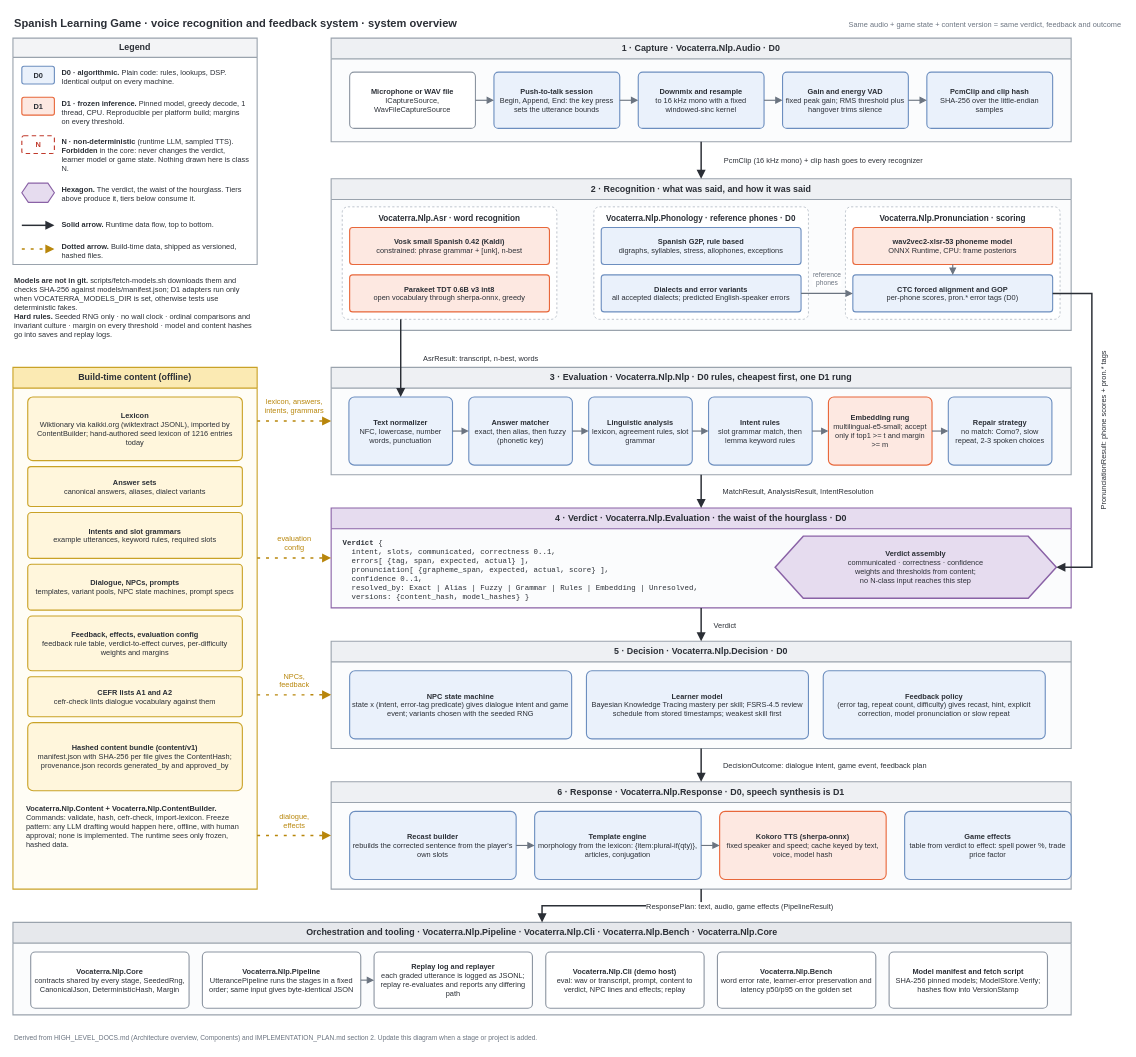
The draw.io diagram nlp/docs/diagrams/system-overview.drawio in james-d12/Vocaterra, before the edit. Source tidied: cells renumbered, new cells numbered last; positions are measured from the earlier drawing's top-left corner, leaving out a move shared by most shapes. Both pictures are drawn from the tidied source at 74%, with x=0, y=0 at pixel (13, 13).
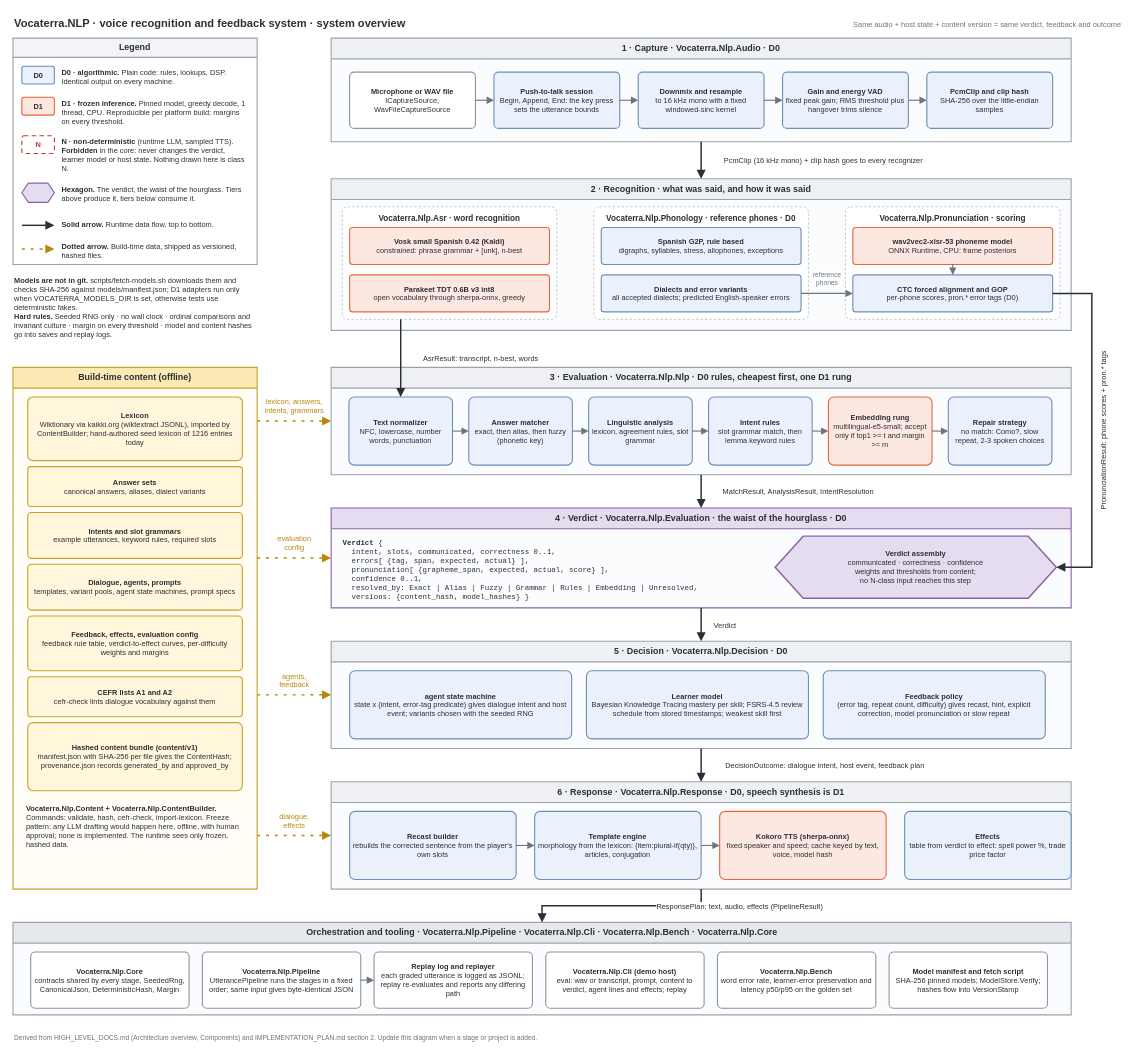
After the change.

Unchanged cells that the change refers to:
```xml
<mxCell id="4" value="&lt;b&gt;Legend&lt;/b&gt;" style="swimlane;startSize=26;whiteSpace=wrap;html=1;fontFamily=Helvetica;fontSize=12;fontStyle=1;fontColor=#2b2f36;fillColor=#f3f4f6;strokeColor=#9aa3ad;swimlaneFillColor=#ffffff;strokeWidth=1.5;" parent="1" vertex="1">
  <mxGeometry y="34" width="330" height="306" as="geometry" />
</mxCell>
<mxCell id="42" value="5 · Decision · Vocaterra.Nlp.Decision · D0" style="swimlane;startSize=28;whiteSpace=wrap;html=1;fontFamily=Helvetica;fontSize=12;fontStyle=1;fontColor=#2b2f36;fillColor=#eef0f3;strokeColor=#9aa3ad;swimlaneFillColor=#fbfcfd;strokeWidth=1.5;rounded=0;" parent="1" vertex="1">
  <mxGeometry x="430" y="849" width="1000" height="145" as="geometry" />
</mxCell>
<mxCell id="46" value="6 · Response · Vocaterra.Nlp.Response · D0, speech synthesis is D1" style="swimlane;startSize=28;whiteSpace=wrap;html=1;fontFamily=Helvetica;fontSize=12;fontStyle=1;fontColor=#2b2f36;fillColor=#eef0f3;strokeColor=#9aa3ad;swimlaneFillColor=#fbfcfd;strokeWidth=1.5;rounded=0;" parent="1" vertex="1">
  <mxGeometry x="430" y="1039" width="1000" height="145" as="geometry" />
</mxCell>
<mxCell id="51" value="Orchestration and tooling · Vocaterra.Nlp.Pipeline · Vocaterra.Nlp.Cli · Vocaterra.Nlp.Bench · Vocaterra.Nlp.Core" style="swimlane;startSize=28;whiteSpace=wrap;html=1;fontFamily=Helvetica;fontSize=12;fontStyle=1;fontColor=#2b2f36;fillColor=#e6e8ec;strokeColor=#9aa3ad;swimlaneFillColor=#fbfcfd;strokeWidth=1.5;rounded=0;" parent="1" vertex="1">
  <mxGeometry y="1229" width="1430" height="125" as="geometry" />
</mxCell>
<mxCell id="58" value="Build-time content (offline)" style="swimlane;startSize=28;whiteSpace=wrap;html=1;fontFamily=Helvetica;fontSize=12;fontStyle=1;fontColor=#2b2f36;fillColor=#fbeab3;strokeColor=#c9a227;swimlaneFillColor=#fffdf5;strokeWidth=1.5;" parent="1" vertex="1">
  <mxGeometry y="479" width="330" height="705" as="geometry" />
</mxCell>
```

The edit, as a diff of the source:
```diff
@@
-    <mxCell id="2" value="&lt;b&gt;Spanish Learning Game · voice recognition and feedback system · system overview&lt;/b&gt;" style="text;html=1;whiteSpace=wrap;fontFamily=Helvetica;fontSize=15;fontColor=#2b2f36;align=left;verticalAlign=middle;spacing=2;" parent="1" vertex="1">
+    <mxCell id="2" value="&lt;b&gt;Vocaterra.NLP · voice recognition and feedback system · system overview&lt;/b&gt;" style="text;html=1;whiteSpace=wrap;fontFamily=Helvetica;fontSize=15;fontColor=#2b2f36;align=left;verticalAlign=middle;spacing=2;" parent="1" vertex="1">
       <mxGeometry width="1100" height="26" as="geometry" />
     </mxCell>
-    <mxCell id="3" value="Same audio + game state + content version = same verdict, feedback and outcome" style="text;html=1;whiteSpace=wrap;fontFamily=Helvetica;fontSize=10;fontColor=#6b7480;align=right;verticalAlign=middle;spacing=2;" parent="1" vertex="1">
+    <mxCell id="3" value="Same audio + host state + content version = same verdict, feedback and outcome" style="text;html=1;whiteSpace=wrap;fontFamily=Helvetica;fontSize=10;fontColor=#6b7480;align=right;verticalAlign=middle;spacing=2;" parent="1" vertex="1">
       <mxGeometry x="970" y="4" width="530" height="22" as="geometry" />
     </mxCell>
@@
-    <mxCell id="10" value="&lt;b&gt;N · non-deterministic&lt;/b&gt; (runtime LLM, sampled TTS). &lt;b&gt;Forbidden&lt;/b&gt; in the core: never changes the verdict, learner model or game state. Nothing drawn here is class N." style="text;html=1;whiteSpace=wrap;fontFamily=Helvetica;fontSize=10;fontColor=#2b2f36;align=left;verticalAlign=top;spacing=2;" parent="4" vertex="1">
+    <mxCell id="10" value="&lt;b&gt;N · non-deterministic&lt;/b&gt; (runtime LLM, sampled TTS). &lt;b&gt;Forbidden&lt;/b&gt; in the core: never changes the verdict, learner model or host state. Nothing drawn here is class N." style="text;html=1;whiteSpace=wrap;fontFamily=Helvetica;fontSize=10;fontColor=#2b2f36;align=left;verticalAlign=top;spacing=2;" parent="4" vertex="1">
       <mxGeometry x="64" y="128" width="256" height="56" as="geometry" />
     </mxCell>
@@
-    <mxCell id="43" value="&lt;b&gt;NPC state machine&lt;/b&gt;&lt;br&gt;state x (intent, error-tag predicate) gives dialogue intent and game event; variants chosen with the seeded RNG" style="rounded=1;arcSize=8;whiteSpace=wrap;html=1;fontFamily=Helvetica;fontSize=10;fontColor=#2b2f36;fillColor=#eaf1fb;strokeColor=#6c8ebf;strokeWidth=1.5;align=center;verticalAlign=middle;spacing=4;" parent="42" vertex="1">
-      <mxGeometry x="25" y="40" width="300" height="92" as="geometry" />
-    </mxCell>
+    <mxCell id="96" value="&lt;b&gt;agent state machine&lt;/b&gt;&lt;br&gt;state x (intent, error-tag predicate) gives dialogue intent and host event; variants chosen with the seeded RNG" style="rounded=1;arcSize=8;whiteSpace=wrap;html=1;fontFamily=Helvetica;fontSize=10;fontColor=#2b2f36;fillColor=#eaf1fb;strokeColor=#6c8ebf;strokeWidth=1.5;align=center;verticalAlign=middle;spacing=4;" parent="42" vertex="1">
+      <mxGeometry x="25" y="40" width="300" height="92" as="geometry" />
+    </mxCell>
@@
-    <mxCell id="50" value="&lt;b&gt;Game effects&lt;/b&gt;&lt;br&gt;table from verdict to effect: spell power %, trade price factor" style="rounded=1;arcSize=8;whiteSpace=wrap;html=1;fontFamily=Helvetica;fontSize=10;fontColor=#2b2f36;fillColor=#eaf1fb;strokeColor=#6c8ebf;strokeWidth=1.5;align=center;verticalAlign=middle;spacing=4;" parent="46" vertex="1">
+    <mxCell id="50" value="&lt;b&gt;Effects&lt;/b&gt;&lt;br&gt;table from verdict to effect: spell power %, trade price factor" style="rounded=1;arcSize=8;whiteSpace=wrap;html=1;fontFamily=Helvetica;fontSize=10;fontColor=#2b2f36;fillColor=#eaf1fb;strokeColor=#6c8ebf;strokeWidth=1.5;align=center;verticalAlign=middle;spacing=4;" parent="46" vertex="1">
       <mxGeometry x="775" y="40" width="225" height="92" as="geometry" />
     </mxCell>
@@
-    <mxCell id="55" value="&lt;b&gt;Vocaterra.Nlp.Cli (demo host)&lt;/b&gt;&lt;br&gt;eval: wav or transcript, prompt, content to verdict, NPC lines and effects; replay" style="rounded=1;arcSize=8;whiteSpace=wrap;html=1;fontFamily=Helvetica;fontSize=10;fontColor=#2b2f36;fillColor=#ffffff;strokeColor=#8c95a1;strokeWidth=1.5;align=center;verticalAlign=middle;spacing=4;" parent="51" vertex="1">
+    <mxCell id="55" value="&lt;b&gt;Vocaterra.Nlp.Cli (demo host)&lt;/b&gt;&lt;br&gt;eval: wav or transcript, prompt, content to verdict, agent lines and effects; replay" style="rounded=1;arcSize=8;whiteSpace=wrap;html=1;fontFamily=Helvetica;fontSize=10;fontColor=#2b2f36;fillColor=#ffffff;strokeColor=#8c95a1;strokeWidth=1.5;align=center;verticalAlign=middle;spacing=4;" parent="51" vertex="1">
       <mxGeometry x="720" y="40" width="214" height="76" as="geometry" />
     </mxCell>
@@
-    <mxCell id="62" value="&lt;b&gt;Dialogue, NPCs, prompts&lt;/b&gt;&lt;br&gt;templates, variant pools, NPC state machines, prompt specs" style="rounded=1;arcSize=8;whiteSpace=wrap;html=1;fontFamily=Helvetica;fontSize=10;fontColor=#2b2f36;fillColor=#fff6dc;strokeColor=#c9a227;strokeWidth=1.5;align=center;verticalAlign=middle;spacing=4;" parent="58" vertex="1">
+    <mxCell id="62" value="&lt;b&gt;Dialogue, agents, prompts&lt;/b&gt;&lt;br&gt;templates, variant pools, agent state machines, prompt specs" style="rounded=1;arcSize=8;whiteSpace=wrap;html=1;fontFamily=Helvetica;fontSize=10;fontColor=#2b2f36;fillColor=#fff6dc;strokeColor=#c9a227;strokeWidth=1.5;align=center;verticalAlign=middle;spacing=4;" parent="58" vertex="1">
       <mxGeometry x="20" y="266" width="290" height="62" as="geometry" />
     </mxCell>
@@
-    <mxCell id="87" value="NPCs,&lt;br&gt;feedback" style="edgeStyle=orthogonalEdgeStyle;rounded=0;html=1;endArrow=block;endFill=1;endSize=7;strokeWidth=2;dashed=1;dashPattern=2 4;strokeColor=#b8860b;fontFamily=Helvetica;fontSize=10;fontColor=#b8860b;labelBackgroundColor=#ffffff;exitX=1.0000;exitY=0.6277;exitDx=0;exitDy=0;entryX=0.0000;entryY=0.5000;entryDx=0;entryDy=0;" parent="1" edge="1" source="58" target="42">
+    <mxCell id="87" value="agents,&lt;br&gt;feedback" style="edgeStyle=orthogonalEdgeStyle;rounded=0;html=1;endArrow=block;endFill=1;endSize=7;strokeWidth=2;dashed=1;dashPattern=2 4;strokeColor=#b8860b;fontFamily=Helvetica;fontSize=10;fontColor=#b8860b;labelBackgroundColor=#ffffff;exitX=1.0000;exitY=0.6277;exitDx=0;exitDy=0;entryX=0.0000;entryY=0.5000;entryDx=0;entryDy=0;" parent="1" edge="1" source="58" target="42">
       <mxGeometry relative="1" as="geometry">
         <mxPoint y="-20" as="offset" />
       </mxGeometry>
     </mxCell>
@@
-    <mxCell id="94" value="DecisionOutcome: dialogue intent, game event, feedback plan" style="edgeStyle=orthogonalEdgeStyle;rounded=0;html=1;endArrow=block;endFill=1;endSize=7;strokeWidth=2;strokeColor=#2b2f36;fontFamily=Helvetica;fontSize=10;fontColor=#2b2f36;labelBackgroundColor=#ffffff;exitX=0.5000;exitY=1.0000;exitDx=0;exitDy=0;entryX=0.5000;entryY=0.0000;entryDx=0;entryDy=0;" parent="1" edge="1" source="42" target="46">
+    <mxCell id="94" value="DecisionOutcome: dialogue intent, host event, feedback plan" style="edgeStyle=orthogonalEdgeStyle;rounded=0;html=1;endArrow=block;endFill=1;endSize=7;strokeWidth=2;strokeColor=#2b2f36;fontFamily=Helvetica;fontSize=10;fontColor=#2b2f36;labelBackgroundColor=#ffffff;exitX=0.5000;exitY=1.0000;exitDx=0;exitDy=0;entryX=0.5000;entryY=0.0000;entryDx=0;entryDy=0;" parent="1" edge="1" source="42" target="46">
       <mxGeometry relative="1" as="geometry">
         <mxPoint x="167.4" as="offset" />
       </mxGeometry>
     </mxCell>
-    <mxCell id="95" value="ResponsePlan: text, audio, game effects (PipelineResult)" style="edgeStyle=orthogonalEdgeStyle;rounded=0;html=1;endArrow=block;endFill=1;endSize=7;strokeWidth=2;strokeColor=#2b2f36;fontFamily=Helvetica;fontSize=10;fontColor=#2b2f36;labelBackgroundColor=#ffffff;exitX=0.5000;exitY=1.0000;exitDx=0;exitDy=0;entryX=0.5000;entryY=0.0000;entryDx=0;entryDy=0;" parent="1" edge="1" source="46" target="51">
+    <mxCell id="95" value="ResponsePlan: text, audio, effects (PipelineResult)" style="edgeStyle=orthogonalEdgeStyle;rounded=0;html=1;endArrow=block;endFill=1;endSize=7;strokeWidth=2;strokeColor=#2b2f36;fontFamily=Helvetica;fontSize=10;fontColor=#2b2f36;labelBackgroundColor=#ffffff;exitX=0.5000;exitY=1.0000;exitDx=0;exitDy=0;entryX=0.5000;entryY=0.0000;entryDx=0;entryDy=0;" parent="1" edge="1" source="46" target="51">
       <mxGeometry relative="1" as="geometry">
         <mxPoint x="159.6" as="offset" />
       </mxGeometry>
     </mxCell>
```
